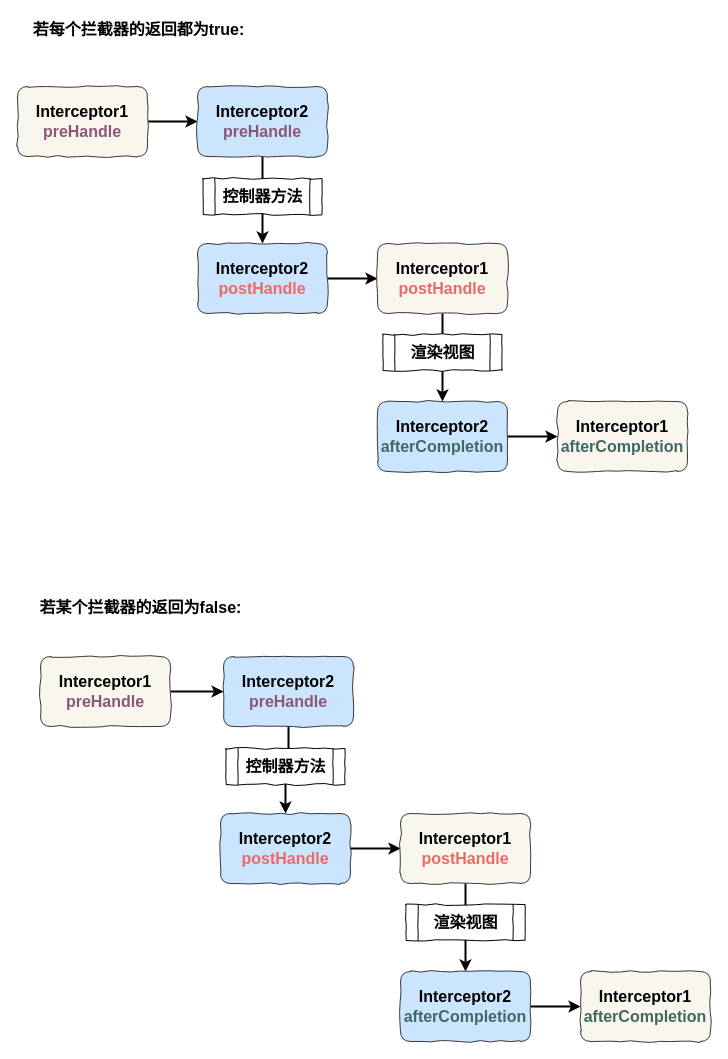
This is 多个拦截器执行顺序.drawio from ZhongQiuyuan/diagrams-net, a draw.io file, before an edit. Source tidied: cells renumbered, new cells numbered last; positions are measured from the earlier drawing's top-left corner, leaving out a move shared by most shapes. Both pictures are drawn from the tidied source at 100%, with x=0, y=0 at pixel (17, 17).
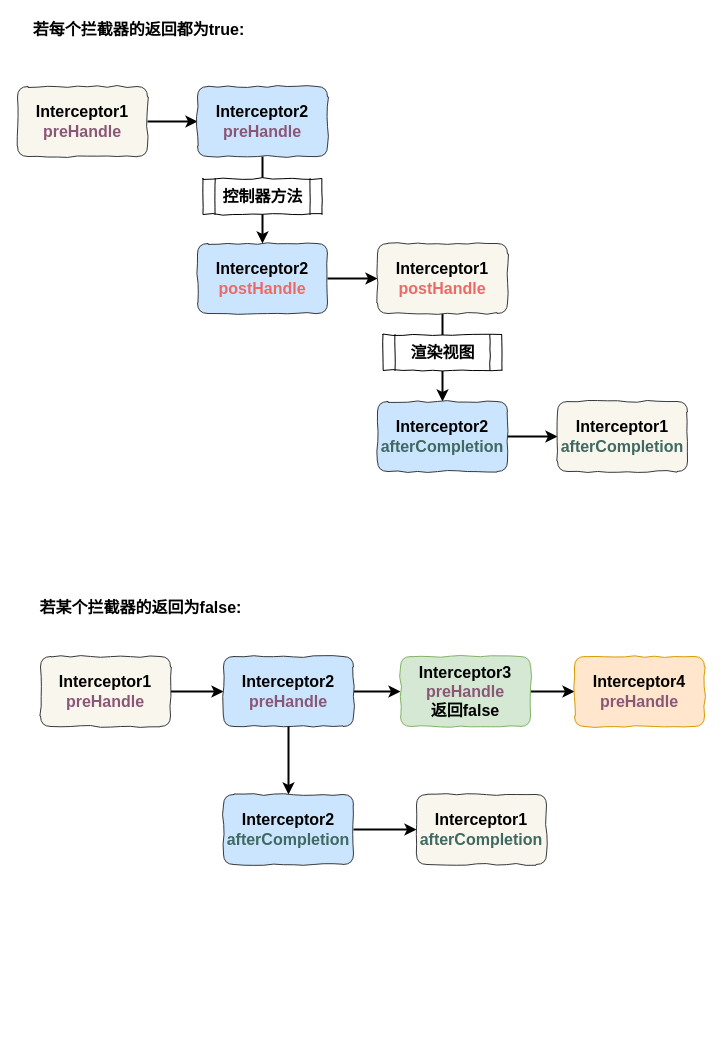
Above is the later version.

Commit message:
更新多个拦截器执行顺序.drawio

Unchanged cells that the change refers to:
```xml
<mxCell id="20" value="&lt;b&gt;&lt;font style=&quot;font-size: 16px&quot;&gt;Interceptor2&lt;br&gt;&lt;font color=&quot;#8a5777&quot;&gt;preHandle&lt;/font&gt;&lt;br&gt;&lt;/font&gt;&lt;/b&gt;" style="rounded=1;whiteSpace=wrap;html=1;fillColor=#cce5ff;strokeColor=#36393d;comic=1;" parent="1" vertex="1">
  <mxGeometry x="206" y="639" width="130" height="70" as="geometry" />
</mxCell>
```

Diff of the diagram source:
```diff
@@
-    <mxCell id="19" style="edgeStyle=orthogonalEdgeStyle;rounded=0;jettySize=auto;html=1;fontSize=16;fontColor=#3F6961;strokeWidth=2;" parent="1" edge="1" source="20" target="22">
-      <mxGeometry relative="1" as="geometry" />
-    </mxCell>
+    <mxCell id="30" style="edgeStyle=orthogonalEdgeStyle;rounded=0;jettySize=auto;html=1;strokeWidth=2;" parent="1" edge="1" source="20" target="32">
+      <mxGeometry relative="1" as="geometry" />
+    </mxCell>
@@
-    <mxCell id="21" style="edgeStyle=orthogonalEdgeStyle;rounded=0;jettySize=auto;html=1;fontSize=16;fontColor=#8A5777;strokeWidth=2;" parent="1" edge="1" source="22" target="24">
-      <mxGeometry relative="1" as="geometry" />
-    </mxCell>
-    <mxCell id="22" value="&lt;b&gt;&lt;font style=&quot;font-size: 16px&quot;&gt;Interceptor2&lt;br&gt;&lt;font color=&quot;#ea6b66&quot;&gt;postHandle&lt;/font&gt;&lt;br&gt;&lt;/font&gt;&lt;/b&gt;" style="rounded=1;whiteSpace=wrap;html=1;fillColor=#cce5ff;strokeColor=#36393d;comic=1;" parent="1" vertex="1">
-      <mxGeometry x="203" y="796" width="130" height="70" as="geometry" />
-    </mxCell>
-    <mxCell id="23" style="edgeStyle=orthogonalEdgeStyle;rounded=0;jettySize=auto;html=1;fontSize=16;fontColor=#3F6961;strokeWidth=2;" parent="1" edge="1" source="24" target="26">
+    <mxCell id="23" style="edgeStyle=orthogonalEdgeStyle;rounded=0;jettySize=auto;html=1;fontSize=16;fontColor=#3F6961;strokeWidth=2;exitX=0.5;exitY=1;exitDx=0;exitDy=0;" parent="1" edge="1" source="20" target="26">
       <mxGeometry relative="1" as="geometry" />
     </mxCell>
-    <mxCell id="24" value="&lt;b&gt;&lt;font style=&quot;font-size: 16px&quot;&gt;Interceptor1&lt;br&gt;&lt;/font&gt;&lt;/b&gt;&lt;b&gt;&lt;font style=&quot;font-size: 16px&quot;&gt;&lt;font color=&quot;#ea6b66&quot;&gt;postHandle&lt;/font&gt;&lt;/font&gt;&lt;/b&gt;&lt;b&gt;&lt;font style=&quot;font-size: 16px&quot;&gt;&lt;br&gt;&lt;/font&gt;&lt;/b&gt;" style="rounded=1;whiteSpace=wrap;html=1;fillColor=#f9f7ed;strokeColor=#36393d;comic=1;" parent="1" vertex="1">
-      <mxGeometry x="383" y="796" width="130" height="70" as="geometry" />
-    </mxCell>
@@
     <mxCell id="26" value="&lt;b&gt;&lt;font style=&quot;font-size: 16px&quot;&gt;Interceptor2&lt;br&gt;&lt;font color=&quot;#3f6961&quot;&gt;afterCompletion&lt;/font&gt;&lt;br&gt;&lt;/font&gt;&lt;/b&gt;" style="rounded=1;whiteSpace=wrap;html=1;fillColor=#cce5ff;strokeColor=#36393d;comic=1;" parent="1" vertex="1">
-      <mxGeometry x="383" y="954" width="130" height="70" as="geometry" />
+      <mxGeometry x="206" y="777" width="130" height="70" as="geometry" />
     </mxCell>
     <mxCell id="27" value="&lt;b&gt;&lt;font style=&quot;font-size: 16px&quot;&gt;Interceptor1&lt;br&gt;&lt;/font&gt;&lt;/b&gt;&lt;b&gt;&lt;font style=&quot;font-size: 16px&quot;&gt;&lt;font color=&quot;#3f6961&quot;&gt;afterCompletion&lt;/font&gt;&lt;/font&gt;&lt;/b&gt;&lt;b&gt;&lt;font style=&quot;font-size: 16px&quot;&gt;&lt;br&gt;&lt;/font&gt;&lt;/b&gt;" style="rounded=1;whiteSpace=wrap;html=1;fillColor=#f9f7ed;strokeColor=#36393d;comic=1;" parent="1" vertex="1">
-      <mxGeometry x="563" y="954" width="130" height="70" as="geometry" />
+      <mxGeometry x="399" y="777" width="130" height="70" as="geometry" />
     </mxCell>
-    <mxCell id="28" value="&lt;b&gt;控制器方法&lt;/b&gt;" style="shape=process;whiteSpace=wrap;html=1;backgroundOutline=1;comic=1;fontSize=16;fontColor=#000000;" parent="1" vertex="1">
-      <mxGeometry x="208.5" y="731" width="119" height="36" as="geometry" />
-    </mxCell>
-    <mxCell id="29" value="&lt;b&gt;渲染视图&lt;/b&gt;" style="shape=process;whiteSpace=wrap;html=1;backgroundOutline=1;comic=1;fontSize=16;fontColor=#000000;" parent="1" vertex="1">
-      <mxGeometry x="388.5" y="887" width="119" height="36" as="geometry" />
-    </mxCell>
+    <mxCell id="31" style="edgeStyle=orthogonalEdgeStyle;rounded=0;jettySize=auto;html=1;strokeWidth=2;" parent="1" edge="1" source="32" target="33">
+      <mxGeometry relative="1" as="geometry" />
+    </mxCell>
+    <mxCell id="32" value="&lt;b&gt;&lt;font style=&quot;font-size: 16px&quot;&gt;Interceptor3&lt;br&gt;&lt;font color=&quot;#8a5777&quot;&gt;preHandle&lt;br&gt;&lt;/font&gt;返回false&lt;br&gt;&lt;/font&gt;&lt;/b&gt;" style="rounded=1;whiteSpace=wrap;html=1;fillColor=#d5e8d4;strokeColor=#82b366;comic=1;" parent="1" vertex="1">
+      <mxGeometry x="383" y="639" width="130" height="70" as="geometry" />
+    </mxCell>
+    <mxCell id="33" value="&lt;b&gt;&lt;font style=&quot;font-size: 16px&quot;&gt;Interceptor4&lt;br&gt;&lt;font color=&quot;#8a5777&quot;&gt;preHandle&lt;/font&gt;&lt;br&gt;&lt;/font&gt;&lt;/b&gt;" style="rounded=1;whiteSpace=wrap;html=1;fillColor=#ffe6cc;strokeColor=#d79b00;comic=1;" parent="1" vertex="1">
+      <mxGeometry x="557" y="639" width="130" height="70" as="geometry" />
+    </mxCell>
```
